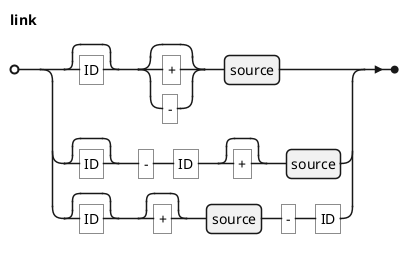
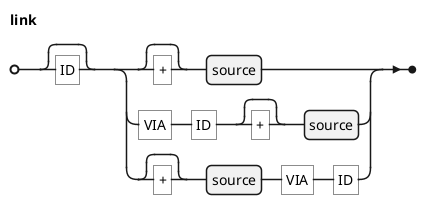
@startebnf
' border and background
skinparam legendBorderColor transparent
skinparam legendBackgroundColor white

'title link

- link = ["ID"], [("+" | "-")], source
-   | ["ID"], "-", "ID", ["+"], source
-   | ["ID"], ["+"], source, "-", "ID"
+ link = ["ID"], (["+"], source
+   | "VIA", "ID", ["+"], source
+   | ["+"], source, "VIA", "ID")
;

@endebnf
